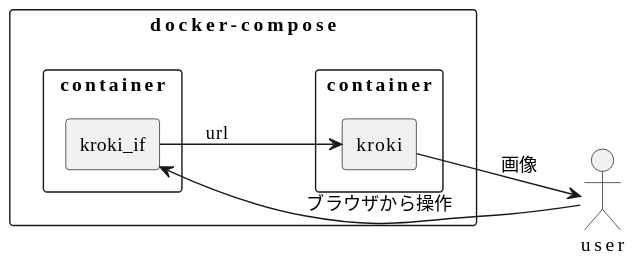
The PlantUML diagram system_arch.svg in mdwl23/kroki_if, before a commit.
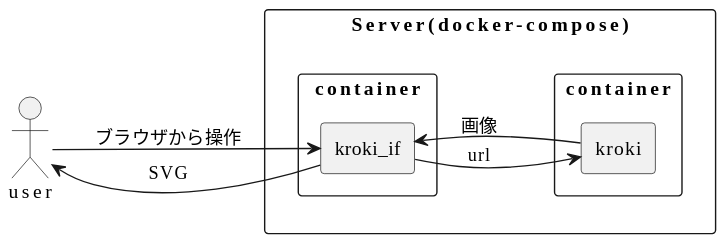
The same file after the commit.

The edit, as a diff of the source:
```diff
@@ -3,7 +3,7 @@
 left to right direction
 
 actor user
-rectangle docker-compose{
+rectangle Server(docker-compose){
   rectangle container as c1{
     rectangle "kroki_if" as kroki_if
   }
@@ -14,5 +14,6 @@
 
 user-->kroki_if: ブラウザから操作
 kroki_if-->kroki: url
-kroki-->user: 画像
+kroki-->kroki_if: 画像
+kroki_if-->user: SVG
 @enduml
```
